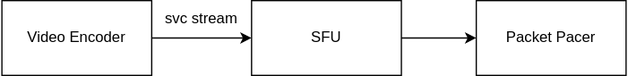
Above: system.drawio.svg in xiaosayin/c-educoder (draw.io), before the change. Source tidied: cells renumbered, new cells last; positions are measured from the earlier drawing's top-left corner, leaving out a move shared by most shapes. The source it was exported from:
```xml
<mxGraphModel>
  <root>
    <mxCell id="0" />
    <mxCell id="1" parent="0" />
    <mxCell id="2" style="edgeStyle=orthogonalEdgeStyle;rounded=0;jettySize=auto;html=1;" parent="1" edge="1" source="3" target="5">
      <mxGeometry relative="1" as="geometry" />
    </mxCell>
    <mxCell id="3" value="Video Encoder" style="rounded=0;whiteSpace=wrap;html=1;" parent="1" vertex="1">
      <mxGeometry width="120" height="60" as="geometry" />
    </mxCell>
    <mxCell id="4" style="edgeStyle=orthogonalEdgeStyle;rounded=0;jettySize=auto;html=1;" parent="1" edge="1" source="5" target="7">
      <mxGeometry relative="1" as="geometry" />
    </mxCell>
    <mxCell id="5" value="SFU" style="rounded=0;whiteSpace=wrap;html=1;" parent="1" vertex="1">
      <mxGeometry x="200" width="120" height="60" as="geometry" />
    </mxCell>
    <mxCell id="6" value="svc stream" style="text;html=1;strokeColor=none;fillColor=none;align=center;verticalAlign=middle;whiteSpace=wrap;rounded=0;" parent="1" vertex="1">
      <mxGeometry x="130" width="60" height="30" as="geometry" />
    </mxCell>
    <mxCell id="7" value="Packet Pacer" style="rounded=0;whiteSpace=wrap;html=1;" parent="1" vertex="1">
      <mxGeometry x="380" width="120" height="60" as="geometry" />
    </mxCell>
  </root>
</mxGraphModel>
```
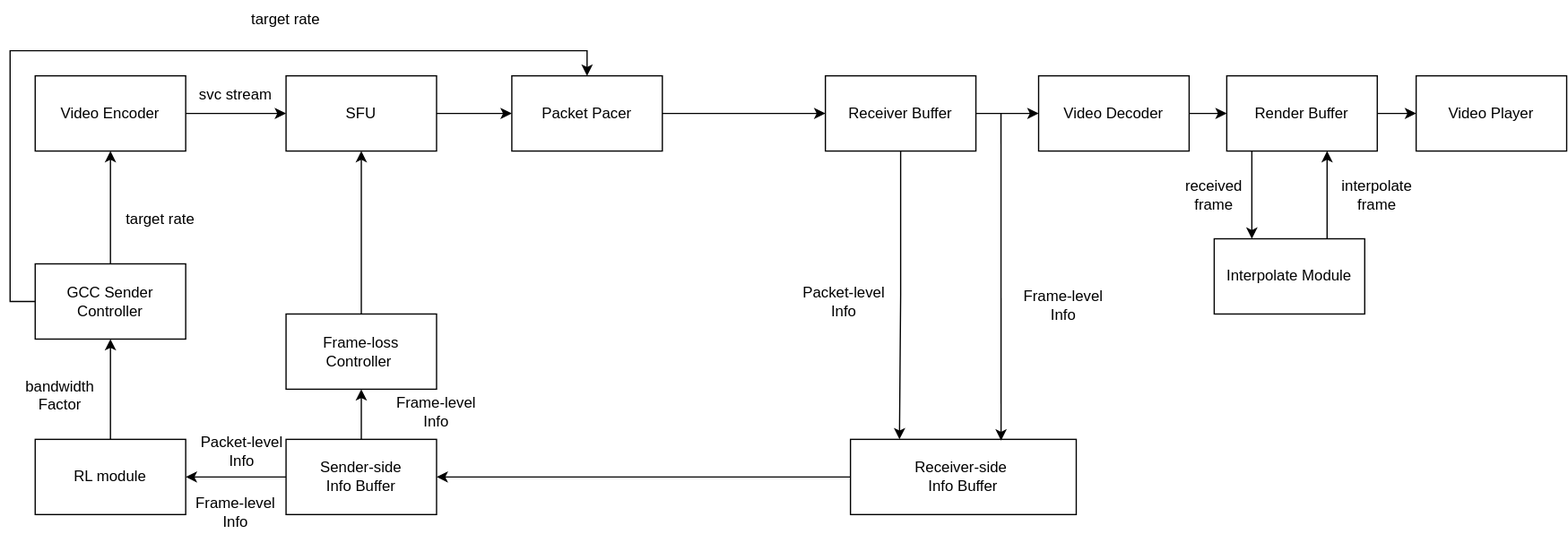
Later version of the same file.

What changed in the source:
```diff
@@ -17,8 +17,130 @@
     <mxCell id="6" value="svc stream" style="text;html=1;strokeColor=none;fillColor=none;align=center;verticalAlign=middle;whiteSpace=wrap;rounded=0;" parent="1" vertex="1">
       <mxGeometry x="130" width="60" height="30" as="geometry" />
     </mxCell>
+    <mxCell id="8" style="edgeStyle=orthogonalEdgeStyle;rounded=0;jettySize=auto;html=1;exitX=1;exitY=0.5;exitDx=0;exitDy=0;" parent="1" edge="1" source="7" target="11">
+      <mxGeometry relative="1" as="geometry" />
+    </mxCell>
     <mxCell id="7" value="Packet Pacer" style="rounded=0;whiteSpace=wrap;html=1;" parent="1" vertex="1">
       <mxGeometry x="380" width="120" height="60" as="geometry" />
     </mxCell>
+    <mxCell id="9" style="edgeStyle=orthogonalEdgeStyle;rounded=0;jettySize=auto;html=1;" parent="1" edge="1" source="11" target="13">
+      <mxGeometry relative="1" as="geometry">
+        <Array as="points">
+          <mxPoint x="780" y="30" />
+          <mxPoint x="780" y="30" />
+        </Array>
+      </mxGeometry>
+    </mxCell>
+    <mxCell id="10" style="edgeStyle=orthogonalEdgeStyle;rounded=0;jettySize=auto;html=1;exitX=0.5;exitY=1;exitDx=0;exitDy=0;entryX=0.217;entryY=0;entryDx=0;entryDy=0;entryPerimeter=0;" parent="1" edge="1" source="11" target="23">
+      <mxGeometry relative="1" as="geometry" />
+    </mxCell>
+    <mxCell id="11" value="Receiver Buffer" style="rounded=0;whiteSpace=wrap;html=1;" parent="1" vertex="1">
+      <mxGeometry x="630" width="120" height="60" as="geometry" />
+    </mxCell>
+    <mxCell id="12" style="edgeStyle=orthogonalEdgeStyle;rounded=0;jettySize=auto;html=1;" parent="1" edge="1" source="13" target="16">
+      <mxGeometry relative="1" as="geometry" />
+    </mxCell>
+    <mxCell id="13" value="Video Decoder" style="rounded=0;whiteSpace=wrap;html=1;" parent="1" vertex="1">
+      <mxGeometry x="800" width="120" height="60" as="geometry" />
+    </mxCell>
+    <mxCell id="14" style="edgeStyle=orthogonalEdgeStyle;rounded=0;jettySize=auto;html=1;" parent="1" edge="1" source="16" target="18">
+      <mxGeometry relative="1" as="geometry">
+        <Array as="points">
+          <mxPoint x="970" y="90" />
+          <mxPoint x="970" y="90" />
+        </Array>
+      </mxGeometry>
+    </mxCell>
+    <mxCell id="15" style="edgeStyle=orthogonalEdgeStyle;rounded=0;jettySize=auto;html=1;" parent="1" edge="1" source="16" target="21">
+      <mxGeometry relative="1" as="geometry" />
+    </mxCell>
+    <mxCell id="16" value="Render Buffer" style="rounded=0;whiteSpace=wrap;html=1;" parent="1" vertex="1">
+      <mxGeometry x="950" width="120" height="60" as="geometry" />
+    </mxCell>
+    <mxCell id="17" style="edgeStyle=orthogonalEdgeStyle;rounded=0;jettySize=auto;html=1;" parent="1" edge="1" source="18" target="16">
+      <mxGeometry relative="1" as="geometry">
+        <Array as="points">
+          <mxPoint x="1030" y="90" />
+          <mxPoint x="1030" y="90" />
+        </Array>
+      </mxGeometry>
+    </mxCell>
+    <mxCell id="18" value="Interpolate Module" style="whiteSpace=wrap;html=1;rounded=0;" parent="1" vertex="1">
+      <mxGeometry x="940" y="130" width="120" height="60" as="geometry" />
+    </mxCell>
+    <mxCell id="19" value="received frame" style="text;html=1;strokeColor=none;fillColor=none;align=center;verticalAlign=middle;whiteSpace=wrap;rounded=0;" parent="1" vertex="1">
+      <mxGeometry x="910" y="80" width="60" height="30" as="geometry" />
+    </mxCell>
+    <mxCell id="20" value="interpolate frame" style="text;html=1;strokeColor=none;fillColor=none;align=center;verticalAlign=middle;whiteSpace=wrap;rounded=0;" parent="1" vertex="1">
+      <mxGeometry x="1040" y="80" width="60" height="30" as="geometry" />
+    </mxCell>
+    <mxCell id="21" value="Video Player" style="whiteSpace=wrap;html=1;rounded=0;" parent="1" vertex="1">
+      <mxGeometry x="1101" width="120" height="60" as="geometry" />
+    </mxCell>
+    <mxCell id="22" style="edgeStyle=orthogonalEdgeStyle;rounded=0;jettySize=auto;html=1;exitX=0;exitY=0.5;exitDx=0;exitDy=0;" parent="1" edge="1" source="23" target="29">
+      <mxGeometry relative="1" as="geometry" />
+    </mxCell>
+    <mxCell id="23" value="Receiver-side&amp;nbsp;&lt;br&gt;Info Buffer" style="rounded=0;whiteSpace=wrap;html=1;" parent="1" vertex="1">
+      <mxGeometry x="650" y="290" width="180" height="60" as="geometry" />
+    </mxCell>
+    <mxCell id="24" value="Packet-level&lt;br&gt;Info" style="text;html=1;strokeColor=none;fillColor=none;align=center;verticalAlign=middle;whiteSpace=wrap;rounded=0;" parent="1" vertex="1">
+      <mxGeometry x="600" y="160" width="90" height="40" as="geometry" />
+    </mxCell>
+    <mxCell id="25" value="Frame-level&lt;br&gt;Info" style="text;html=1;strokeColor=none;fillColor=none;align=center;verticalAlign=middle;whiteSpace=wrap;rounded=0;" parent="1" vertex="1">
+      <mxGeometry x="770" y="165" width="100" height="35" as="geometry" />
+    </mxCell>
+    <mxCell id="26" style="endArrow=classic;html=1;rounded=0;entryX=0.667;entryY=0.017;entryDx=0;entryDy=0;entryPerimeter=0;" parent="1" edge="1" target="23">
+      <mxGeometry relative="1" as="geometry">
+        <mxPoint x="770" y="30" as="sourcePoint" />
+      </mxGeometry>
+    </mxCell>
+    <mxCell id="27" style="edgeStyle=orthogonalEdgeStyle;rounded=0;jettySize=auto;html=1;" parent="1" edge="1" source="29" target="31">
+      <mxGeometry relative="1" as="geometry" />
+    </mxCell>
+    <mxCell id="28" style="edgeStyle=orthogonalEdgeStyle;rounded=0;jettySize=auto;html=1;" parent="1" edge="1" source="29" target="34">
+      <mxGeometry relative="1" as="geometry" />
+    </mxCell>
+    <mxCell id="29" value="Sender-side&lt;br&gt;Info Buffer" style="rounded=0;whiteSpace=wrap;html=1;" parent="1" vertex="1">
+      <mxGeometry x="200" y="290" width="120" height="60" as="geometry" />
+    </mxCell>
+    <mxCell id="30" style="edgeStyle=orthogonalEdgeStyle;rounded=0;jettySize=auto;html=1;exitX=0.5;exitY=0;exitDx=0;exitDy=0;entryX=0.5;entryY=1;entryDx=0;entryDy=0;" parent="1" edge="1" source="31" target="5">
+      <mxGeometry relative="1" as="geometry" />
+    </mxCell>
+    <mxCell id="31" value="Frame-loss Controller&amp;nbsp;" style="rounded=0;whiteSpace=wrap;html=1;" parent="1" vertex="1">
+      <mxGeometry x="200" y="190" width="120" height="60" as="geometry" />
+    </mxCell>
+    <mxCell id="32" value="Frame-level&lt;br&gt;Info" style="text;html=1;strokeColor=none;fillColor=none;align=center;verticalAlign=middle;whiteSpace=wrap;rounded=0;" parent="1" vertex="1">
+      <mxGeometry x="270" y="250" width="100" height="35" as="geometry" />
+    </mxCell>
+    <mxCell id="33" style="edgeStyle=orthogonalEdgeStyle;rounded=0;jettySize=auto;html=1;" parent="1" edge="1" source="34" target="39">
+      <mxGeometry relative="1" as="geometry" />
+    </mxCell>
+    <mxCell id="34" value="RL module" style="whiteSpace=wrap;html=1;rounded=0;" parent="1" vertex="1">
+      <mxGeometry y="290" width="120" height="60" as="geometry" />
+    </mxCell>
+    <mxCell id="35" value="Frame-level&lt;br&gt;Info" style="text;html=1;strokeColor=none;fillColor=none;align=center;verticalAlign=middle;whiteSpace=wrap;rounded=0;" parent="1" vertex="1">
+      <mxGeometry x="110" y="330" width="100" height="35" as="geometry" />
+    </mxCell>
+    <mxCell id="36" value="Packet-level&lt;br&gt;Info" style="text;html=1;strokeColor=none;fillColor=none;align=center;verticalAlign=middle;whiteSpace=wrap;rounded=0;" parent="1" vertex="1">
+      <mxGeometry x="120" y="280" width="90" height="40" as="geometry" />
+    </mxCell>
+    <mxCell id="37" style="edgeStyle=orthogonalEdgeStyle;rounded=0;jettySize=auto;html=1;entryX=0.5;entryY=1;entryDx=0;entryDy=0;" parent="1" edge="1" source="39" target="3">
+      <mxGeometry relative="1" as="geometry" />
+    </mxCell>
+    <mxCell id="38" style="edgeStyle=orthogonalEdgeStyle;rounded=0;jettySize=auto;html=1;exitX=0;exitY=0.5;exitDx=0;exitDy=0;entryX=0.5;entryY=0;entryDx=0;entryDy=0;" parent="1" edge="1" source="39" target="7">
+      <mxGeometry relative="1" as="geometry" />
+    </mxCell>
+    <mxCell id="39" value="GCC Sender Controller" style="whiteSpace=wrap;html=1;rounded=0;" parent="1" vertex="1">
+      <mxGeometry y="150" width="120" height="60" as="geometry" />
+    </mxCell>
+    <mxCell id="40" value="bandwidth Factor" style="text;html=1;strokeColor=none;fillColor=none;align=center;verticalAlign=middle;whiteSpace=wrap;rounded=0;" parent="1" vertex="1">
+      <mxGeometry x="-10" y="240" width="60" height="30" as="geometry" />
+    </mxCell>
+    <mxCell id="41" value="target rate" style="text;html=1;strokeColor=none;fillColor=none;align=center;verticalAlign=middle;whiteSpace=wrap;rounded=0;" parent="1" vertex="1">
+      <mxGeometry x="70" y="100" width="60" height="30" as="geometry" />
+    </mxCell>
+    <mxCell id="42" value="target rate" style="text;html=1;strokeColor=none;fillColor=none;align=center;verticalAlign=middle;whiteSpace=wrap;rounded=0;" parent="1" vertex="1">
+      <mxGeometry x="170" y="-60" width="60" height="30" as="geometry" />
+    </mxCell>
   </root>
 </mxGraphModel>
```
